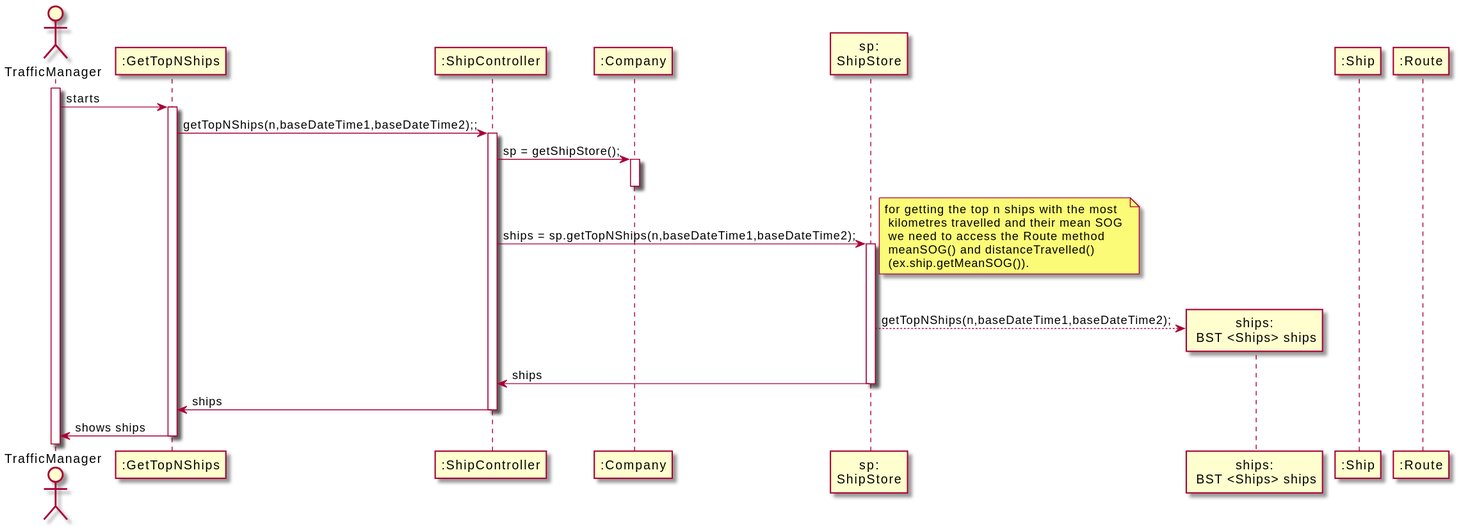
This is docs/US106/US106_SD.svg from RuiRioPina/CargoMaster, a PlantUML export, as it was before one commit.
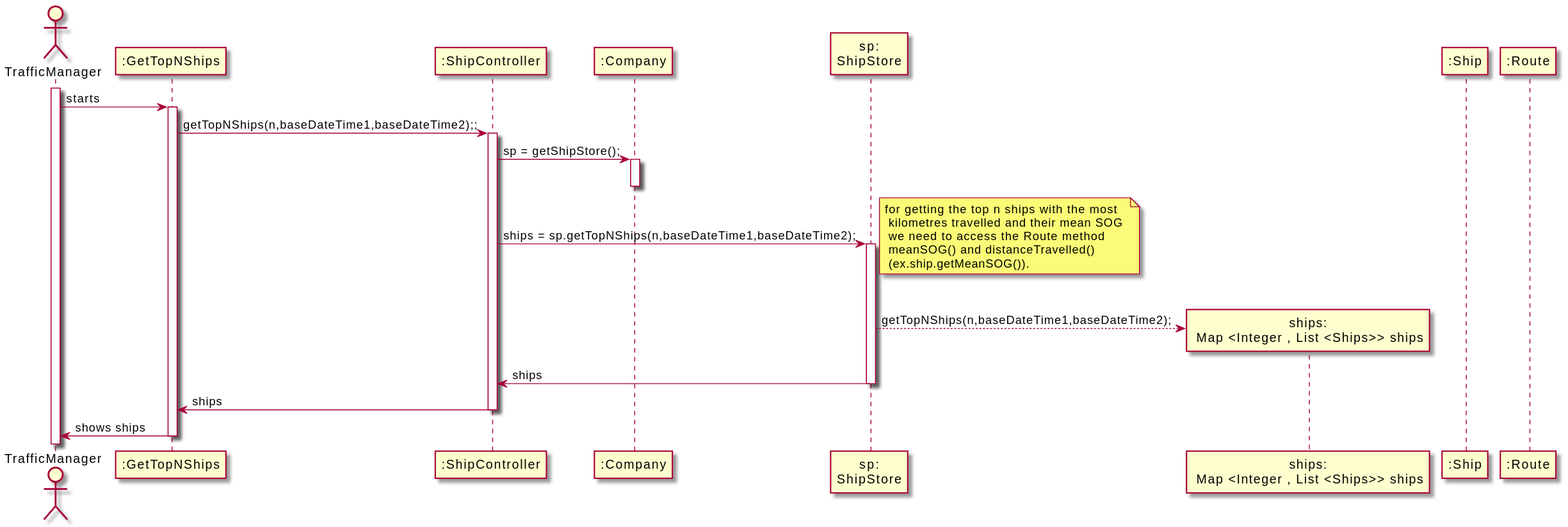
The same diagram one commit later.

Change to the diagram source:
```diff
@@ -4,7 +4,7 @@
 participant ":ShipController" as CTRL
 participant ":Company" as CMP
 participant "sp:\nShipStore" as STORE
-participant "ships:\n BST <Ships> ships" as pos
+participant "ships:\n Map <Integer , List <Ships>> ships" as pos
 participant ":Ship" as ship
 participant ":Route" as route
 
```
